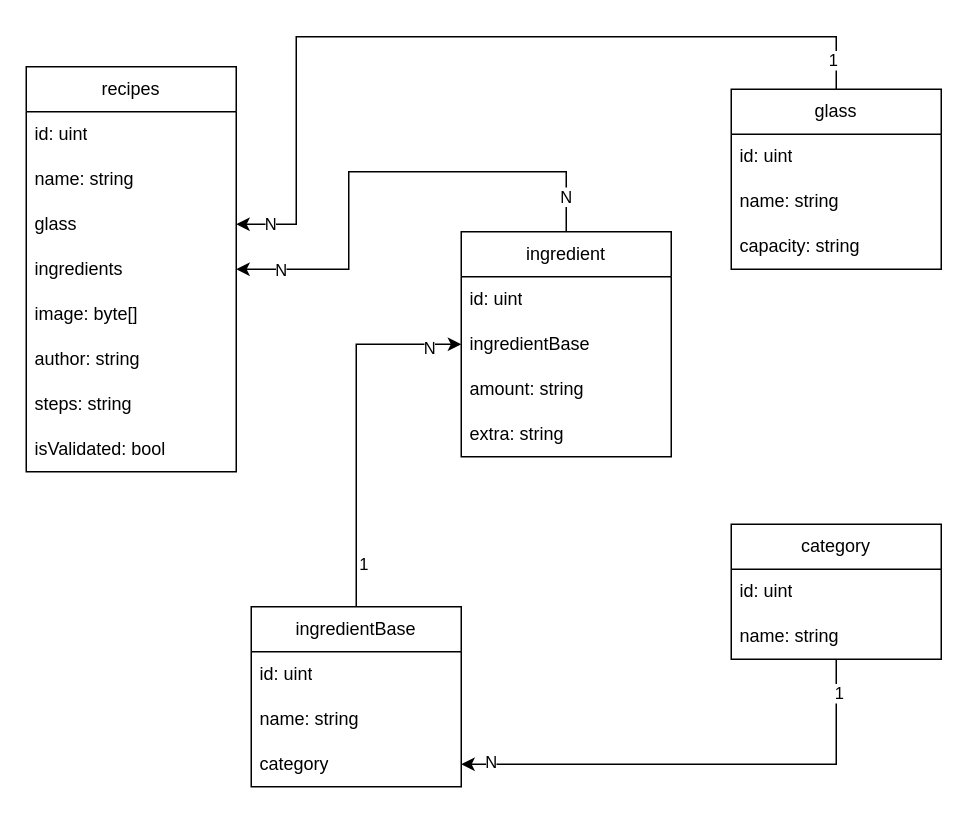
Before: Cocktaily.drawio in b1csozal/Cocktaily, a draw.io diagram. Source tidied: cells renumbered, new cells numbered last; positions are measured from the earlier drawing's top-left corner, leaving out a move shared by most shapes. Both pictures are drawn from the tidied source at 150%, with x=0, y=0 at pixel (26, 36).
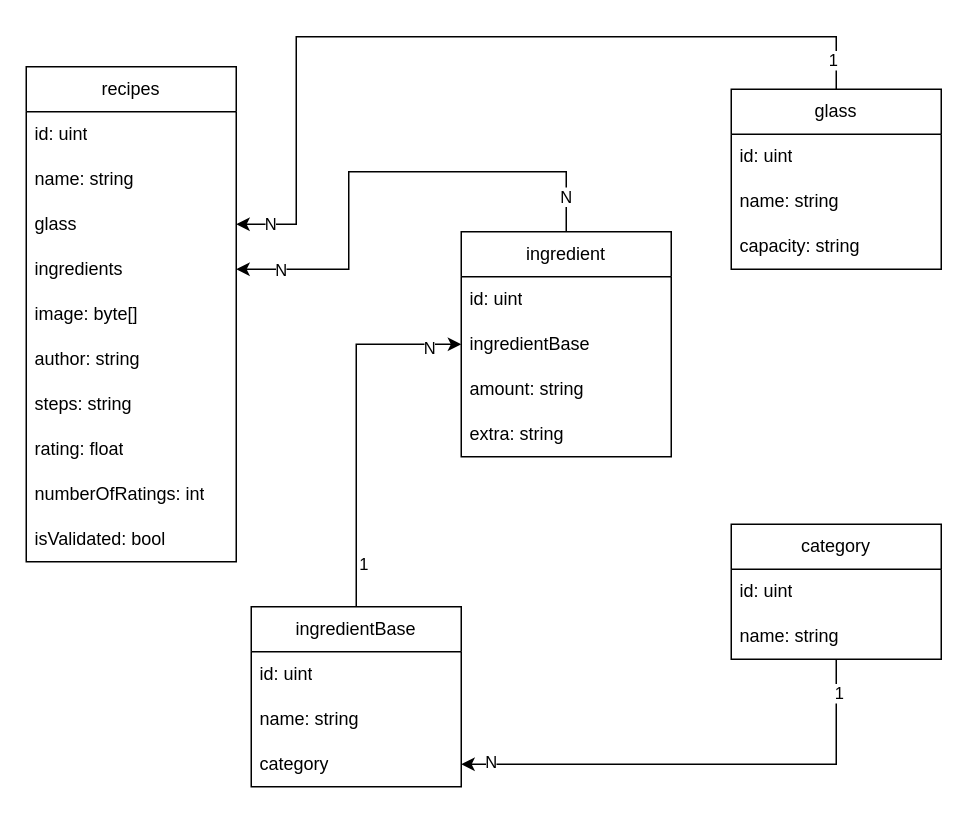
The same diagram, later.

Diff of the diagram source:
```diff
@@
     <mxCell id="2" value="recipes" style="swimlane;fontStyle=0;horizontal=1;startSize=30;whiteSpace=wrap;html=1;" parent="1" vertex="1">
-      <mxGeometry y="20" width="140" height="270" as="geometry" />
+      <mxGeometry y="20" width="140" height="330" as="geometry" />
     </mxCell>
@@
+    <mxCell id="39" value="rating: float" style="text;strokeColor=none;fillColor=none;align=left;verticalAlign=middle;spacingLeft=4;spacingRight=4;overflow=hidden;whiteSpace=wrap;html=1;" parent="2" vertex="1">
+      <mxGeometry y="240" width="140" height="30" as="geometry" />
+    </mxCell>
+    <mxCell id="40" value="numberOfRatings: int" style="text;strokeColor=none;fillColor=none;align=left;verticalAlign=middle;spacingLeft=4;spacingRight=4;overflow=hidden;whiteSpace=wrap;html=1;" parent="2" vertex="1">
+      <mxGeometry y="270" width="140" height="30" as="geometry" />
+    </mxCell>
     <mxCell id="10" value="isValidated: bool" style="text;strokeColor=none;fillColor=none;align=left;verticalAlign=middle;spacingLeft=4;spacingRight=4;overflow=hidden;whiteSpace=wrap;html=1;" parent="2" vertex="1">
-      <mxGeometry y="240" width="140" height="30" as="geometry" />
+      <mxGeometry y="300" width="140" height="30" as="geometry" />
     </mxCell>
```
